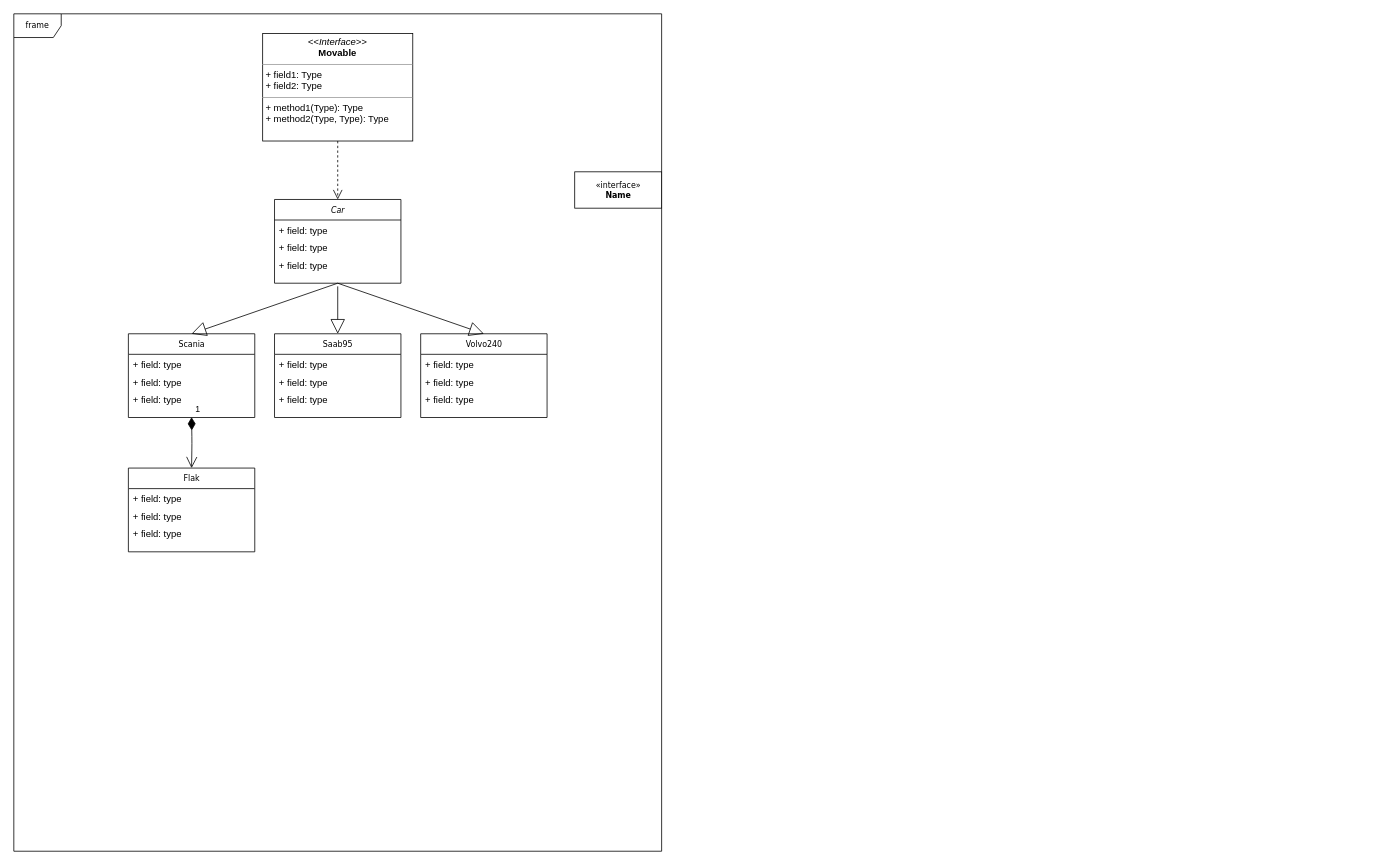
This is UML.drawio from OscarSanner/SchoolProjects, a draw.io file, before an edit. Source tidied: cells renumbered, new cells numbered last; positions are measured from the earlier drawing's top-left corner, leaving out a move shared by most shapes. Both pictures are drawn from the tidied source at 79%, with x=0, y=0 at pixel (13, 13).
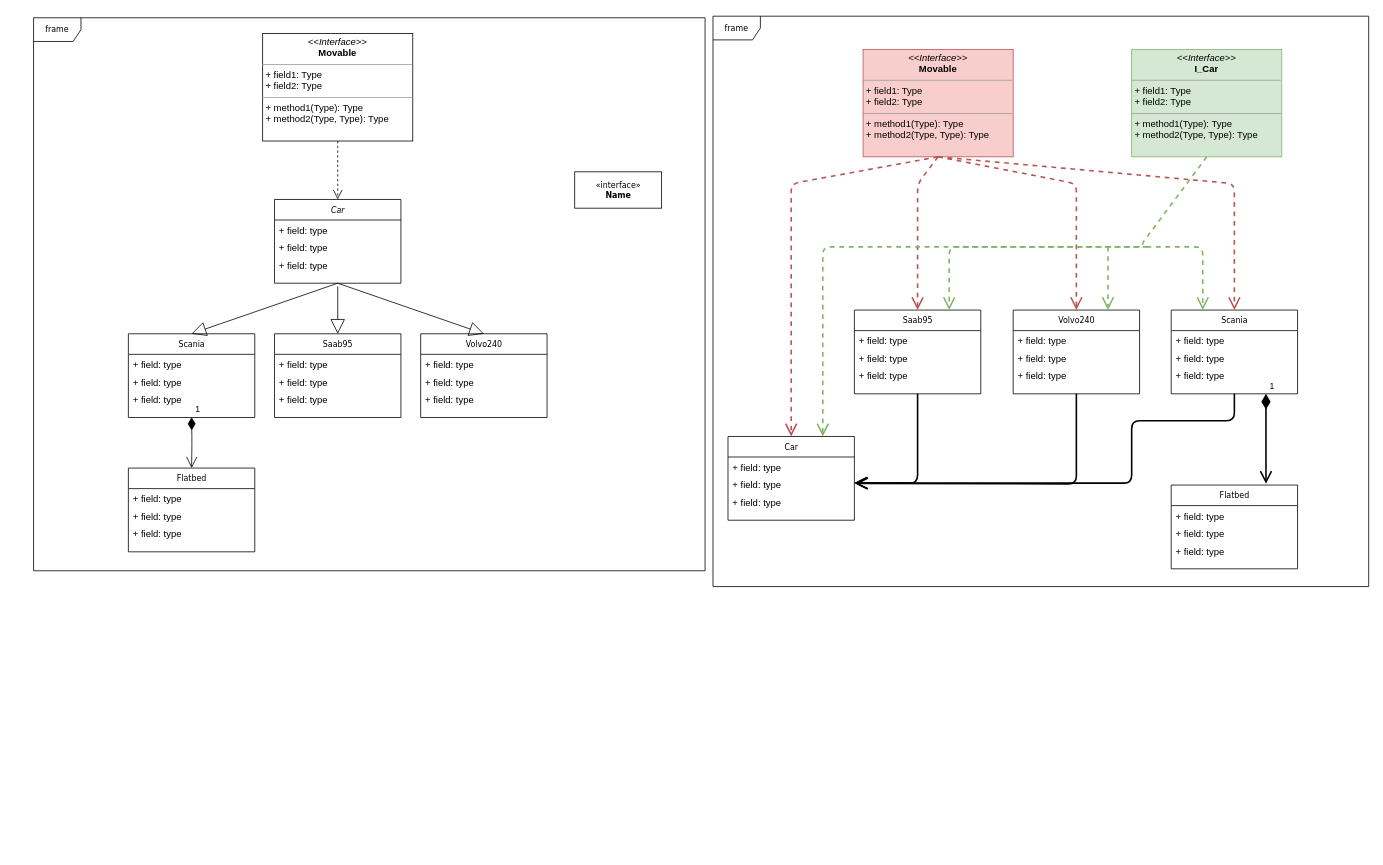
The same page after the edit.

Commit message (it also covers changes not shown here):
Added UML, started working on Scania/Flatbed. TODO Possible composition/delegation reorganization?

Diff of the diagram source:
```diff
@@
     <mxCell id="2" value="frame" style="shape=umlFrame;whiteSpace=wrap;html=1;rounded=0;shadow=0;comic=0;labelBackgroundColor=none;strokeWidth=1;fontFamily=Verdana;fontSize=10;align=center;" parent="1" vertex="1">
-      <mxGeometry width="820" height="1060" as="geometry" />
+      <mxGeometry x="25" y="5" width="850" height="700" as="geometry" />
     </mxCell>
@@
-    <mxCell id="25" value="Flak" style="swimlane;html=1;fontStyle=0;horizontal=1;startSize=26;fillColor=none;swimlaneFillColor=#ffffff;rounded=0;shadow=0;comic=0;labelBackgroundColor=none;strokeWidth=1;fontFamily=Verdana;fontSize=10;align=center;" parent="1" vertex="1">
+    <mxCell id="25" value="&lt;div&gt;Flatbed&lt;/div&gt;" style="swimlane;html=1;fontStyle=0;horizontal=1;startSize=26;fillColor=none;swimlaneFillColor=#ffffff;rounded=0;shadow=0;comic=0;labelBackgroundColor=none;strokeWidth=1;fontFamily=Verdana;fontSize=10;align=center;" parent="1" vertex="1">
       <mxGeometry x="145" y="575" width="160" height="106" as="geometry" />
     </mxCell>
@@
+    <mxCell id="30" value="&lt;p style=&quot;margin: 0px ; margin-top: 4px ; text-align: center&quot;&gt;&lt;i&gt;&amp;lt;&amp;lt;Interface&amp;gt;&amp;gt;&lt;/i&gt;&lt;br&gt;&lt;b&gt;Movable&lt;/b&gt;&lt;/p&gt;&lt;hr size=&quot;1&quot;&gt;&lt;p style=&quot;margin: 0px ; margin-left: 4px&quot;&gt;+ field1: Type&lt;br&gt;+ field2: Type&lt;/p&gt;&lt;hr size=&quot;1&quot;&gt;&lt;p style=&quot;margin: 0px ; margin-left: 4px&quot;&gt;+ method1(Type): Type&lt;br&gt;+ method2(Type, Type): Type&lt;/p&gt;" style="verticalAlign=top;align=left;overflow=fill;fontSize=12;fontFamily=Helvetica;html=1;rounded=0;shadow=0;comic=0;labelBackgroundColor=none;strokeWidth=1;fillColor=#f8cecc;strokeColor=#b85450;" parent="1" vertex="1">
+      <mxGeometry x="1075" y="45" width="190" height="136" as="geometry" />
+    </mxCell>
+    <mxCell id="31" value="&lt;p style=&quot;margin: 0px ; margin-top: 4px ; text-align: center&quot;&gt;&lt;i&gt;&amp;lt;&amp;lt;Interface&amp;gt;&amp;gt;&lt;/i&gt;&lt;br&gt;&lt;b&gt;I_Car&lt;/b&gt;&lt;/p&gt;&lt;hr size=&quot;1&quot;&gt;&lt;p style=&quot;margin: 0px ; margin-left: 4px&quot;&gt;+ field1: Type&lt;br&gt;+ field2: Type&lt;/p&gt;&lt;hr size=&quot;1&quot;&gt;&lt;p style=&quot;margin: 0px ; margin-left: 4px&quot;&gt;+ method1(Type): Type&lt;br&gt;+ method2(Type, Type): Type&lt;/p&gt;" style="verticalAlign=top;align=left;overflow=fill;fontSize=12;fontFamily=Helvetica;html=1;rounded=0;shadow=0;comic=0;labelBackgroundColor=none;strokeWidth=1;fillColor=#d5e8d4;strokeColor=#82b366;" parent="1" vertex="1">
+      <mxGeometry x="1415" y="45" width="190" height="136" as="geometry" />
+    </mxCell>
+    <mxCell id="32" value="Volvo240" style="swimlane;html=1;fontStyle=0;horizontal=1;startSize=26;fillColor=none;swimlaneFillColor=#ffffff;rounded=0;shadow=0;comic=0;labelBackgroundColor=none;strokeWidth=1;fontFamily=Verdana;fontSize=10;align=center;" parent="1" vertex="1">
+      <mxGeometry x="1265" y="375" width="160" height="106" as="geometry" />
+    </mxCell>
+    <mxCell id="33" value="+ field: type" style="text;html=1;strokeColor=none;fillColor=none;align=left;verticalAlign=top;spacingLeft=4;spacingRight=4;whiteSpace=wrap;overflow=hidden;" parent="32" vertex="1">
+      <mxGeometry y="26" width="160" height="22" as="geometry" />
+    </mxCell>
+    <mxCell id="34" value="+ field: type" style="text;html=1;strokeColor=none;fillColor=none;align=left;verticalAlign=top;spacingLeft=4;spacingRight=4;whiteSpace=wrap;overflow=hidden;" parent="32" vertex="1">
+      <mxGeometry y="48" width="160" height="22" as="geometry" />
+    </mxCell>
+    <mxCell id="35" value="+ field: type" style="text;html=1;strokeColor=none;fillColor=none;align=left;verticalAlign=top;spacingLeft=4;spacingRight=4;whiteSpace=wrap;overflow=hidden;" parent="32" vertex="1">
+      <mxGeometry y="70" width="160" height="22" as="geometry" />
+    </mxCell>
+    <mxCell id="36" value="Saab95" style="swimlane;html=1;fontStyle=0;horizontal=1;startSize=26;fillColor=none;swimlaneFillColor=#ffffff;rounded=0;shadow=0;comic=0;labelBackgroundColor=none;strokeWidth=1;fontFamily=Verdana;fontSize=10;align=center;" parent="1" vertex="1">
+      <mxGeometry x="1064" y="375" width="160" height="106" as="geometry" />
+    </mxCell>
+    <mxCell id="37" value="+ field: type" style="text;html=1;strokeColor=none;fillColor=none;align=left;verticalAlign=top;spacingLeft=4;spacingRight=4;whiteSpace=wrap;overflow=hidden;" parent="36" vertex="1">
+      <mxGeometry y="26" width="160" height="22" as="geometry" />
+    </mxCell>
+    <mxCell id="38" value="+ field: type" style="text;html=1;strokeColor=none;fillColor=none;align=left;verticalAlign=top;spacingLeft=4;spacingRight=4;whiteSpace=wrap;overflow=hidden;" parent="36" vertex="1">
+      <mxGeometry y="48" width="160" height="22" as="geometry" />
+    </mxCell>
+    <mxCell id="39" value="+ field: type" style="text;html=1;strokeColor=none;fillColor=none;align=left;verticalAlign=top;spacingLeft=4;spacingRight=4;whiteSpace=wrap;overflow=hidden;" parent="36" vertex="1">
+      <mxGeometry y="70" width="160" height="22" as="geometry" />
+    </mxCell>
+    <mxCell id="40" value="Scania" style="swimlane;html=1;fontStyle=0;horizontal=1;startSize=26;fillColor=none;swimlaneFillColor=#ffffff;rounded=0;shadow=0;comic=0;labelBackgroundColor=none;strokeWidth=1;fontFamily=Verdana;fontSize=10;align=center;" parent="1" vertex="1">
+      <mxGeometry x="1465" y="375" width="160" height="106" as="geometry" />
+    </mxCell>
+    <mxCell id="41" value="+ field: type" style="text;html=1;strokeColor=none;fillColor=none;align=left;verticalAlign=top;spacingLeft=4;spacingRight=4;whiteSpace=wrap;overflow=hidden;" parent="40" vertex="1">
+      <mxGeometry y="26" width="160" height="22" as="geometry" />
+    </mxCell>
+    <mxCell id="42" value="+ field: type" style="text;html=1;strokeColor=none;fillColor=none;align=left;verticalAlign=top;spacingLeft=4;spacingRight=4;whiteSpace=wrap;overflow=hidden;" parent="40" vertex="1">
+      <mxGeometry y="48" width="160" height="22" as="geometry" />
+    </mxCell>
+    <mxCell id="43" value="+ field: type" style="text;html=1;strokeColor=none;fillColor=none;align=left;verticalAlign=top;spacingLeft=4;spacingRight=4;whiteSpace=wrap;overflow=hidden;" parent="40" vertex="1">
+      <mxGeometry y="70" width="160" height="22" as="geometry" />
+    </mxCell>
+    <mxCell id="44" value="&lt;div&gt;Flatbed&lt;/div&gt;" style="swimlane;html=1;fontStyle=0;horizontal=1;startSize=26;fillColor=none;swimlaneFillColor=#ffffff;rounded=0;shadow=0;comic=0;labelBackgroundColor=none;strokeWidth=1;fontFamily=Verdana;fontSize=10;align=center;" parent="1" vertex="1">
+      <mxGeometry x="1465" y="596.5" width="160" height="106" as="geometry" />
+    </mxCell>
+    <mxCell id="45" value="+ field: type" style="text;html=1;strokeColor=none;fillColor=none;align=left;verticalAlign=top;spacingLeft=4;spacingRight=4;whiteSpace=wrap;overflow=hidden;" parent="44" vertex="1">
+      <mxGeometry y="26" width="160" height="22" as="geometry" />
+    </mxCell>
+    <mxCell id="46" value="+ field: type" style="text;html=1;strokeColor=none;fillColor=none;align=left;verticalAlign=top;spacingLeft=4;spacingRight=4;whiteSpace=wrap;overflow=hidden;" parent="44" vertex="1">
+      <mxGeometry y="48" width="160" height="22" as="geometry" />
+    </mxCell>
+    <mxCell id="47" value="+ field: type" style="text;html=1;strokeColor=none;fillColor=none;align=left;verticalAlign=top;spacingLeft=4;spacingRight=4;whiteSpace=wrap;overflow=hidden;" parent="44" vertex="1">
+      <mxGeometry y="70" width="160" height="22" as="geometry" />
+    </mxCell>
+    <mxCell id="48" value="&lt;div&gt;Car&lt;/div&gt;" style="swimlane;html=1;fontStyle=0;horizontal=1;startSize=26;fillColor=none;swimlaneFillColor=#ffffff;rounded=0;shadow=0;comic=0;labelBackgroundColor=none;strokeWidth=1;fontFamily=Verdana;fontSize=10;align=center;" parent="1" vertex="1">
+      <mxGeometry x="904" y="535" width="160" height="106" as="geometry" />
+    </mxCell>
+    <mxCell id="49" value="+ field: type" style="text;html=1;strokeColor=none;fillColor=none;align=left;verticalAlign=top;spacingLeft=4;spacingRight=4;whiteSpace=wrap;overflow=hidden;" parent="48" vertex="1">
+      <mxGeometry y="26" width="160" height="22" as="geometry" />
+    </mxCell>
+    <mxCell id="50" value="+ field: type" style="text;html=1;strokeColor=none;fillColor=none;align=left;verticalAlign=top;spacingLeft=4;spacingRight=4;whiteSpace=wrap;overflow=hidden;points=[[0,0.5],[1,0.5]];portConstraint=eastwest;" parent="48" vertex="1">
+      <mxGeometry y="48" width="160" height="22" as="geometry" />
+    </mxCell>
+    <mxCell id="51" value="+ field: type" style="text;html=1;strokeColor=none;fillColor=none;align=left;verticalAlign=top;spacingLeft=4;spacingRight=4;whiteSpace=wrap;overflow=hidden;" parent="48" vertex="1">
+      <mxGeometry y="70" width="160" height="22" as="geometry" />
+    </mxCell>
+    <mxCell id="52" value="&lt;div&gt;&lt;br&gt;&lt;/div&gt;" style="endArrow=open;endSize=12;dashed=1;html=1;entryX=0.25;entryY=0;entryDx=0;entryDy=0;exitX=0.5;exitY=1;exitDx=0;exitDy=0;fillColor=#d5e8d4;strokeColor=#82b366;strokeWidth=2;" parent="1" edge="1" source="31" target="40">
+      <mxGeometry x="1" y="-242" relative="1" as="geometry">
+        <Array as="points">
+          <mxPoint x="1425" y="295" />
+          <mxPoint x="1505" y="295" />
+        </Array>
+        <mxPoint x="92" y="190" as="offset" />
+      </mxGeometry>
+    </mxCell>
+    <mxCell id="53" style="endArrow=open;endSize=12;dashed=1;html=1;entryX=0.5;entryY=0;entryDx=0;entryDy=0;exitX=0.5;exitY=1;exitDx=0;exitDy=0;fontColor=#000000;fillColor=#f8cecc;strokeColor=#b85450;strokeWidth=2;" parent="1" edge="1" source="30" target="48">
+      <mxGeometry relative="1" as="geometry">
+        <Array as="points">
+          <mxPoint x="984" y="215" />
+        </Array>
+      </mxGeometry>
+    </mxCell>
+    <mxCell id="54" style="endArrow=open;endSize=12;dashed=1;html=1;entryX=0.5;entryY=0;entryDx=0;entryDy=0;exitX=0.5;exitY=1;exitDx=0;exitDy=0;fillColor=#f8cecc;strokeColor=#b85450;strokeWidth=2;" parent="1" edge="1" source="30" target="36">
+      <mxGeometry relative="1" as="geometry">
+        <Array as="points">
+          <mxPoint x="1144" y="215" />
+        </Array>
+      </mxGeometry>
+    </mxCell>
+    <mxCell id="55" style="endArrow=open;endSize=12;dashed=1;html=1;entryX=0.5;entryY=0;entryDx=0;entryDy=0;exitX=0.5;exitY=1;exitDx=0;exitDy=0;fillColor=#f8cecc;strokeColor=#b85450;strokeWidth=2;" parent="1" edge="1" source="30">
+      <mxGeometry relative="1" as="geometry">
+        <mxPoint x="1345" y="375" as="targetPoint" />
+        <Array as="points">
+          <mxPoint x="1345" y="215" />
+        </Array>
+      </mxGeometry>
+    </mxCell>
+    <mxCell id="56" style="endArrow=open;endSize=12;dashed=1;html=1;entryX=0.5;entryY=0;entryDx=0;entryDy=0;exitX=0.5;exitY=1;exitDx=0;exitDy=0;fillColor=#f8cecc;strokeColor=#b85450;strokeWidth=2;" parent="1" edge="1" source="30">
+      <mxGeometry relative="1" as="geometry">
+        <mxPoint x="1545" y="375" as="targetPoint" />
+        <Array as="points">
+          <mxPoint x="1545" y="215" />
+        </Array>
+      </mxGeometry>
+    </mxCell>
+    <mxCell id="57" style="endArrow=open;endSize=12;dashed=1;html=1;entryX=0.75;entryY=0;entryDx=0;entryDy=0;fillColor=#d5e8d4;strokeColor=#82b366;strokeWidth=2;" parent="1" edge="1" target="36">
+      <mxGeometry relative="1" as="geometry">
+        <mxPoint x="1425" y="295" as="sourcePoint" />
+        <Array as="points">
+          <mxPoint x="1184" y="295" />
+        </Array>
+      </mxGeometry>
+    </mxCell>
+    <mxCell id="58" style="endArrow=open;endSize=12;dashed=1;html=1;entryX=0.75;entryY=0;entryDx=0;entryDy=0;fillColor=#d5e8d4;strokeColor=#82b366;strokeWidth=2;" parent="1" edge="1" target="48">
+      <mxGeometry relative="1" as="geometry">
+        <mxPoint x="1435" y="295" as="sourcePoint" />
+        <Array as="points">
+          <mxPoint x="1024" y="295" />
+        </Array>
+      </mxGeometry>
+    </mxCell>
+    <mxCell id="59" style="endArrow=open;endSize=12;dashed=1;html=1;entryX=0.75;entryY=0;entryDx=0;entryDy=0;fillColor=#d5e8d4;strokeColor=#82b366;strokeWidth=2;" parent="1" edge="1">
+      <mxGeometry relative="1" as="geometry">
+        <mxPoint x="1385" y="295" as="sourcePoint" />
+        <mxPoint x="1385" y="375" as="targetPoint" />
+      </mxGeometry>
+    </mxCell>
+    <mxCell id="60" style="endArrow=open;endFill=1;endSize=12;html=1;strokeWidth=2;fontColor=#000000;entryX=1;entryY=0.5;entryDx=0;entryDy=0;exitX=0.5;exitY=1;exitDx=0;exitDy=0;" parent="1" edge="1" source="36" target="50">
+      <mxGeometry relative="1" as="geometry">
+        <Array as="points">
+          <mxPoint x="1144" y="594" />
+        </Array>
+      </mxGeometry>
+    </mxCell>
+    <mxCell id="61" style="endArrow=open;endFill=1;endSize=12;html=1;strokeWidth=2;fontColor=#000000;entryX=1;entryY=0.5;entryDx=0;entryDy=0;exitX=0.5;exitY=1;exitDx=0;exitDy=0;" parent="1" edge="1" source="32">
+      <mxGeometry relative="1" as="geometry">
+        <mxPoint x="1065" y="594.5" as="targetPoint" />
+        <Array as="points">
+          <mxPoint x="1345" y="535" />
+          <mxPoint x="1345" y="595" />
+        </Array>
+      </mxGeometry>
+    </mxCell>
+    <mxCell id="62" style="endArrow=open;endFill=1;endSize=12;html=1;strokeWidth=2;fontColor=#000000;entryX=1;entryY=0.5;entryDx=0;entryDy=0;exitX=0.5;exitY=1;exitDx=0;exitDy=0;" parent="1" edge="1" source="40" target="50">
+      <mxGeometry relative="1" as="geometry">
+        <Array as="points">
+          <mxPoint x="1545" y="515" />
+          <mxPoint x="1415" y="515" />
+          <mxPoint x="1415" y="594" />
+        </Array>
+      </mxGeometry>
+    </mxCell>
+    <mxCell id="63" value="1" style="endArrow=open;html=1;endSize=12;startArrow=diamondThin;startSize=14;startFill=1;edgeStyle=orthogonalEdgeStyle;align=left;verticalAlign=bottom;strokeWidth=2;fontColor=#000000;exitX=0.75;exitY=1;exitDx=0;exitDy=0;" parent="1" edge="1" source="40">
+      <mxGeometry x="-1" y="3" relative="1" as="geometry">
+        <mxPoint x="1585" y="595" as="targetPoint" />
+      </mxGeometry>
+    </mxCell>
+    <mxCell id="64" value="frame" style="shape=umlFrame;whiteSpace=wrap;html=1;rounded=0;shadow=0;comic=0;labelBackgroundColor=none;strokeWidth=1;fontFamily=Verdana;fontSize=10;align=center;" parent="1" vertex="1">
+      <mxGeometry x="885" y="3" width="830" height="722" as="geometry" />
+    </mxCell>
```
